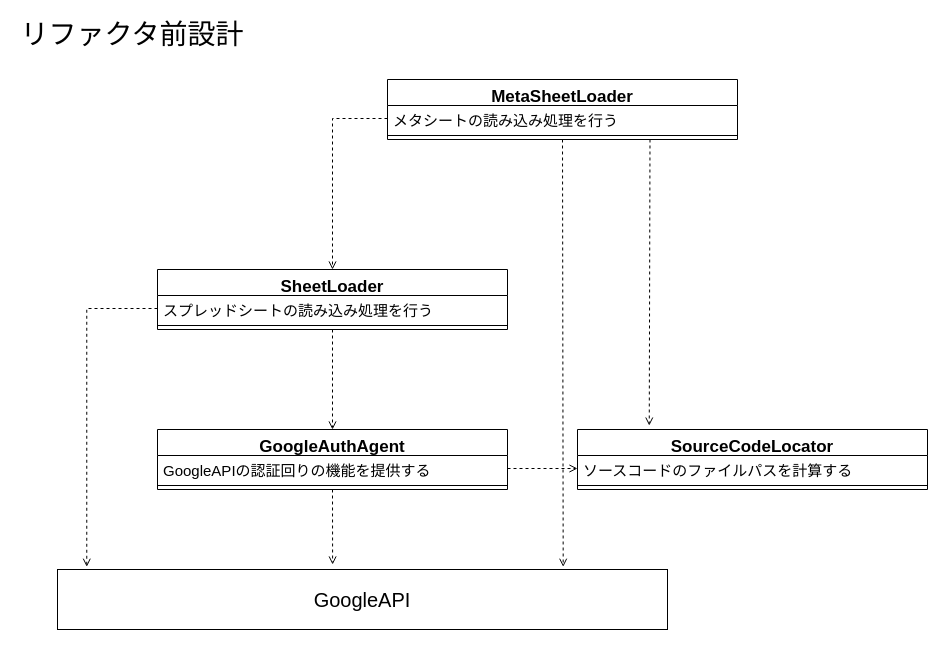
Earlier version of the draw.io diagram Designs/GoogleDriveDownloaderリファクタ前設計.drawio (Dumble009/GoogleDriveDownloader). Source tidied: cells renumbered, new cells numbered last; positions are measured from the earlier drawing's top-left corner, leaving out a move shared by most shapes. Both pictures are drawn from the tidied source at 100%, with x=0, y=0 at pixel (17, 19).
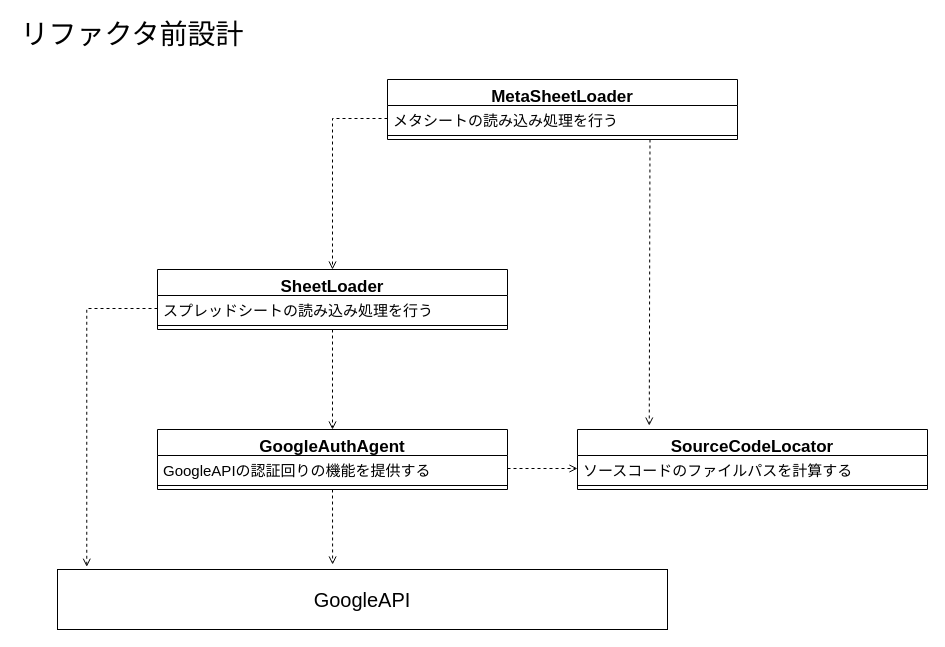
After the change.

The change refers to these unchanged cells:
```xml
<mxCell id="6" value="&lt;font style=&quot;font-size: 20px;&quot;&gt;GoogleAPI&lt;/font&gt;" style="rounded=0;whiteSpace=wrap;html=1;fontSize=15;" parent="1" vertex="1">
  <mxGeometry x="40" y="550" width="610" height="60" as="geometry" />
</mxCell>
<mxCell id="14" style="line;strokeWidth=1;fillColor=none;align=left;verticalAlign=middle;spacingTop=-1;spacingLeft=3;spacingRight=3;labelPosition=right;points=[];portConstraint=eastwest;fontSize=20;" parent="12" vertex="1">
  <mxGeometry y="52" width="350" height="8" as="geometry" />
</mxCell>
```

Diff of the diagram source:
```diff
@@
-    <mxCell id="21" style="endArrow=open;html=1;rounded=0;fontSize=20;dashed=1;endFill=0;entryX=0.829;entryY=-0.045;entryDx=0;entryDy=0;entryPerimeter=0;" parent="1" edge="1" source="14" target="6">
-      <mxGeometry relative="1" as="geometry" />
-    </mxCell>
```
